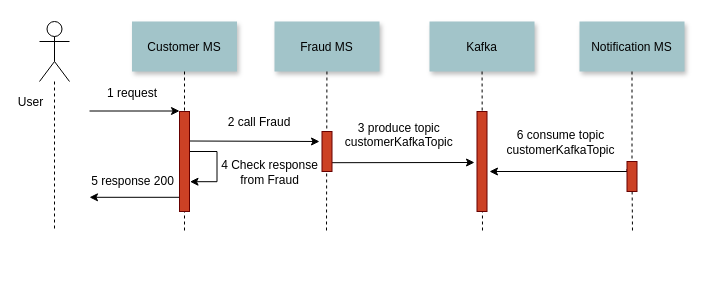
Before: files/Untitled Diagram.drawio in ricardorqr/microserviceV4, a draw.io diagram. Source tidied: cells renumbered, new cells numbered last; positions are measured from the earlier drawing's top-left corner, leaving out a move shared by most shapes. Both pictures are drawn from the tidied source at 100%, with x=0, y=0 at pixel (39, 21).
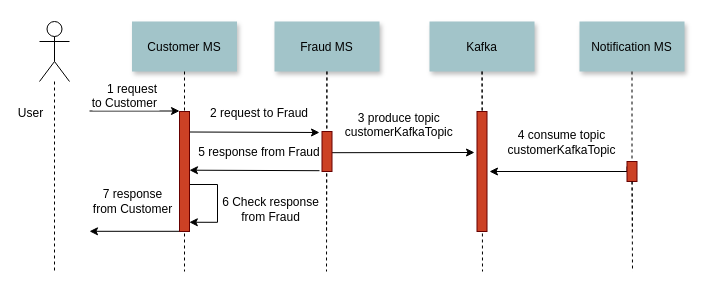
The same page after the edit.

Unchanged cells that the change refers to:
```xml
<mxCell id="4" value="Customer MS" style="shadow=1;fillColor=#A2C4C9;strokeColor=none;fontSize=12;" parent="1" vertex="1">
  <mxGeometry x="92.5" width="105" height="50" as="geometry" />
</mxCell>
<mxCell id="5" value="Fraud MS" style="shadow=1;fillColor=#A2C4C9;strokeColor=none;fontSize=12;" parent="1" vertex="1">
  <mxGeometry x="235" width="105" height="50" as="geometry" />
</mxCell>
<mxCell id="11" value="Kafka" style="shadow=1;fillColor=#A2C4C9;strokeColor=none;fontSize=12;" parent="1" vertex="1">
  <mxGeometry x="390" width="105" height="50" as="geometry" />
</mxCell>
<mxCell id="14" style="edgeStyle=orthogonalEdgeStyle;rounded=0;jettySize=auto;html=1;exitX=0;exitY=0.25;exitDx=0;exitDy=0;endArrow=classic;endFill=1;startArrow=none;startFill=0;fontSize=12;" parent="1" edge="1" source="21">
  <mxGeometry relative="1" as="geometry">
    <mxPoint x="450" y="150" as="targetPoint" />
    <Array as="points">
      <mxPoint x="588" y="150" />
    </Array>
  </mxGeometry>
</mxCell>
<mxCell id="20" style="shape=umlActor;verticalLabelPosition=bottom;verticalAlign=top;html=1;outlineConnect=0;fontSize=12;" parent="1" vertex="1">
  <mxGeometry width="30" height="60" as="geometry" />
</mxCell>
```

Change to the diagram source:
```diff
@@
-    <mxCell id="3" value="1 request" style="edgeStyle=none;verticalLabelPosition=top;verticalAlign=bottom;labelPosition=left;align=right;fontSize=12;" parent="1" edge="1">
+    <mxCell id="3" value="1 request&#10;to Customer" style="edgeStyle=none;verticalLabelPosition=top;verticalAlign=bottom;labelPosition=left;align=right;fontSize=12;" parent="1" edge="1">
       <mxGeometry as="geometry">
         <mxPoint x="50" y="89.5" as="sourcePoint" />
         <mxPoint x="140" y="89.5" as="targetPoint" />
-        <mxPoint x="25" y="-9" as="offset" />
+        <mxPoint x="25" y="1" as="offset" />
       </mxGeometry>
     </mxCell>
@@
-    <mxCell id="7" value="2 call Fraud" style="edgeStyle=none;verticalLabelPosition=top;verticalAlign=bottom;fontSize=12;" parent="1" edge="1">
-      <mxGeometry as="geometry">
-        <mxPoint x="150" y="119.5" as="sourcePoint" />
-        <mxPoint x="280" y="120" as="targetPoint" />
+    <mxCell id="7" value="2 request to Fraud" style="edgeStyle=none;verticalLabelPosition=top;verticalAlign=bottom;fontSize=12;" parent="1" edge="1">
+      <mxGeometry y="-9" as="geometry">
+        <mxPoint x="150" y="110.5" as="sourcePoint" />
+        <mxPoint x="280" y="111" as="targetPoint" />
         <mxPoint x="5" y="-10" as="offset" />
       </mxGeometry>
     </mxCell>
     <mxCell id="8" style="edgeStyle=none;verticalLabelPosition=top;verticalAlign=bottom;labelPosition=left;align=right;endArrow=none;startArrow=classic;fontSize=12;" parent="1" edge="1">
-      <mxGeometry x="110" y="135.8" as="geometry">
-        <mxPoint x="50" y="175.8" as="sourcePoint" />
-        <mxPoint x="140" y="175.8" as="targetPoint" />
+      <mxGeometry x="110" y="169.8" as="geometry">
+        <mxPoint x="50" y="209.8" as="sourcePoint" />
+        <mxPoint x="140" y="209.8" as="targetPoint" />
       </mxGeometry>
     </mxCell>
-    <mxCell id="9" value="5 response 200" style="edgeLabel;html=1;align=center;verticalAlign=middle;fontSize=12;" parent="8" vertex="1">
+    <mxCell id="9" value="7 response &lt;br&gt;from Customer" style="edgeLabel;html=1;align=center;verticalAlign=middle;fontSize=12;" parent="8" vertex="1">
       <mxGeometry relative="1" as="geometry">
-        <mxPoint x="-3" y="-16" as="offset" />
+        <mxPoint x="-3" y="-30" as="offset" />
       </mxGeometry>
     </mxCell>
     <mxCell id="10" value="3 produce topic&#10;customerKafkaTopic" style="edgeStyle=none;verticalLabelPosition=top;verticalAlign=bottom;fontSize=12;" parent="1" edge="1">
-      <mxGeometry as="geometry">
-        <mxPoint x="292.5" y="141.2" as="sourcePoint" />
-        <mxPoint x="435" y="141" as="targetPoint" />
+      <mxGeometry y="-10" as="geometry">
+        <mxPoint x="292.5" y="131.2" as="sourcePoint" />
+        <mxPoint x="435" y="131" as="targetPoint" />
         <mxPoint x="-4" y="-11" as="offset" />
       </mxGeometry>
     </mxCell>
@@
-    <mxCell id="13" style="fillColor=#CC4125;strokeColor=#660000;fontSize=12;" parent="1" vertex="1">
-      <mxGeometry x="437.5" y="90" width="10" height="100" as="geometry" />
-    </mxCell>
@@
-    <mxCell id="15" value="6 consume topic&lt;br style=&quot;padding: 0px; margin: 0px; font-size: 12px;&quot;&gt;customerKafkaTopic" style="edgeLabel;html=1;align=center;verticalAlign=middle;fontSize=12;" parent="14" vertex="1">
+    <mxCell id="15" value="4 consume topic&lt;br style=&quot;padding: 0px ; margin: 0px ; font-size: 12px&quot;&gt;customerKafkaTopic" style="edgeLabel;html=1;align=center;verticalAlign=middle;fontSize=12;" parent="14" vertex="1">
       <mxGeometry x="-0.13" y="-1" relative="1" as="geometry">
         <mxPoint x="-9" y="-29" as="offset" />
       </mxGeometry>
     </mxCell>
@@
     <mxCell id="17" style="edgeStyle=elbowEdgeStyle;elbow=horizontal;endArrow=none;dashed=1;fontSize=12;" parent="1" edge="1" source="4">
       <mxGeometry x="230" y="310" as="geometry">
-        <mxPoint x="145" y="210" as="targetPoint" />
+        <mxPoint x="145" y="250" as="targetPoint" />
       </mxGeometry>
     </mxCell>
     <mxCell id="18" style="edgeStyle=orthogonalEdgeStyle;rounded=0;jettySize=auto;html=1;dashed=1;endArrow=none;endFill=0;fontSize=12;" parent="1" edge="1" source="20">
       <mxGeometry relative="1" as="geometry">
-        <mxPoint x="15" y="210" as="targetPoint" />
+        <mxPoint x="15" y="250" as="targetPoint" />
       </mxGeometry>
     </mxCell>
@@
     <mxCell id="21" style="fillColor=#CC4125;strokeColor=#660000;fontSize=12;" parent="1" vertex="1">
-      <mxGeometry x="587.5" y="140" width="10" height="30" as="geometry" />
+      <mxGeometry x="587.5" y="140" width="10" height="20" as="geometry" />
     </mxCell>
@@
-    <mxCell id="23" style="fillColor=#CC4125;strokeColor=#660000;fontSize=12;" parent="1" vertex="1">
-      <mxGeometry x="282.5" y="110" width="10" height="40" as="geometry" />
-    </mxCell>
-    <mxCell id="24" style="edgeStyle=orthogonalEdgeStyle;rounded=0;orthogonalLoop=1;jettySize=auto;html=1;exitX=1;exitY=0.5;exitDx=0;exitDy=0;startArrow=none;startFill=0;endArrow=classic;endFill=1;entryX=1.05;entryY=0.878;entryDx=0;entryDy=0;entryPerimeter=0;fontSize=12;" parent="1" edge="1">
+    <mxCell id="24" style="edgeStyle=orthogonalEdgeStyle;rounded=0;jettySize=auto;html=1;exitX=1;exitY=0.5;exitDx=0;exitDy=0;startArrow=none;startFill=0;endArrow=classic;endFill=1;entryX=0.984;entryY=0.923;entryDx=0;entryDy=0;fontSize=12;entryPerimeter=0;" parent="1" edge="1" target="26">
       <mxGeometry relative="1" as="geometry">
-        <mxPoint x="150" y="130" as="sourcePoint" />
-        <mxPoint x="150.5" y="160.2" as="targetPoint" />
+        <mxPoint x="150" y="163" as="sourcePoint" />
         <Array as="points">
-          <mxPoint x="177.5" y="130" />
-          <mxPoint x="177.5" y="160" />
+          <mxPoint x="178" y="163" />
+          <mxPoint x="178" y="200" />
+          <mxPoint x="150" y="200" />
         </Array>
       </mxGeometry>
     </mxCell>
-    <mxCell id="25" value="4 Check response&lt;br style=&quot;font-size: 12px;&quot;&gt;from Fraud" style="edgeLabel;html=1;align=center;verticalAlign=middle;fontSize=12;" parent="24" vertex="1">
+    <mxCell id="25" value="6 Check response&lt;br style=&quot;font-size: 12px&quot;&gt;from Fraud" style="edgeLabel;html=1;align=center;verticalAlign=middle;fontSize=12;" parent="24" vertex="1">
       <mxGeometry x="-0.11" y="1" relative="1" as="geometry">
         <mxPoint x="51" y="10" as="offset" />
       </mxGeometry>
     </mxCell>
     <mxCell id="26" style="fillColor=#CC4125;strokeColor=#660000;fontSize=12;" parent="1" vertex="1">
-      <mxGeometry x="140" y="90" width="10" height="100" as="geometry" />
+      <mxGeometry x="140" y="90" width="10" height="120" as="geometry" />
     </mxCell>
+    <mxCell id="27" value="5 response from Fraud" style="edgeStyle=none;verticalLabelPosition=top;verticalAlign=bottom;fontSize=12;endArrow=none;endFill=0;startArrow=classic;startFill=1;" parent="1" edge="1">
+      <mxGeometry as="geometry">
+        <mxPoint x="150" y="148.7" as="sourcePoint" />
+        <mxPoint x="280" y="149.2" as="targetPoint" />
+        <mxPoint x="5" y="-9" as="offset" />
+      </mxGeometry>
+    </mxCell>
+    <mxCell id="28" style="edgeStyle=none;endArrow=none;dashed=1;fontSize=12;" parent="1" edge="1" source="5">
+      <mxGeometry x="272.3" y="165" as="geometry">
+        <mxPoint x="287" y="250" as="targetPoint" />
+      </mxGeometry>
+    </mxCell>
+    <mxCell id="29" style="edgeStyle=none;endArrow=none;dashed=1;fontSize=12;" parent="1" edge="1" source="11">
+      <mxGeometry x="437" y="270" as="geometry">
+        <mxPoint x="443" y="250" as="targetPoint" />
+      </mxGeometry>
+    </mxCell>
+    <mxCell id="30" style="edgeStyle=none;endArrow=none;dashed=1;startArrow=none;fontSize=12;" parent="1" edge="1" source="21">
+      <mxGeometry x="614.5" y="175" as="geometry">
+        <mxPoint x="593" y="250" as="targetPoint" />
+      </mxGeometry>
+    </mxCell>
+    <mxCell id="13" style="fillColor=#CC4125;strokeColor=#660000;fontSize=12;" parent="1" vertex="1">
+      <mxGeometry x="437.5" y="90" width="10" height="120" as="geometry" />
+    </mxCell>
+    <mxCell id="23" style="fillColor=#CC4125;strokeColor=#660000;fontSize=12;" parent="1" vertex="1">
+      <mxGeometry x="282.5" y="110" width="10" height="40" as="geometry" />
+    </mxCell>
```
